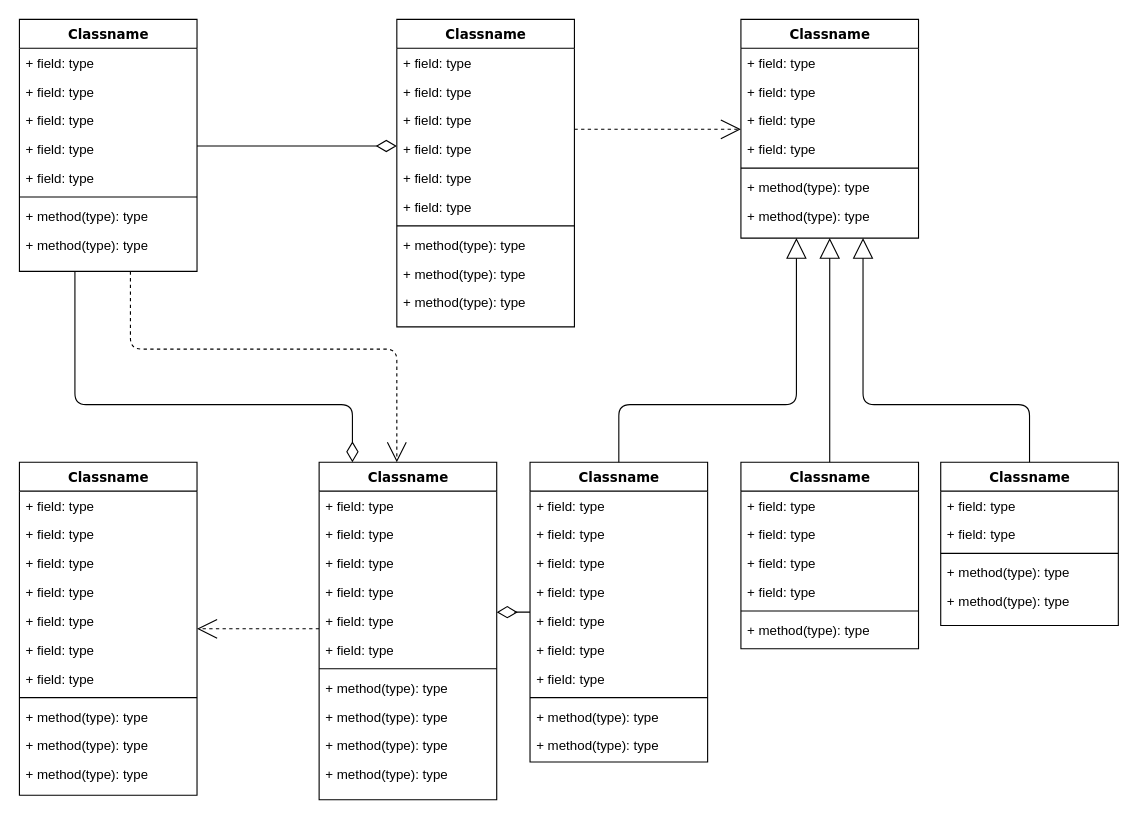
This is POS-提单-挂单-领域模型.drawio from shancoder/test, a draw.io file, before an edit. Source tidied: cells renumbered, new cells numbered last; positions are measured from the earlier drawing's top-left corner, leaving out a move shared by most shapes. Both pictures are drawn from the tidied source at 111%, with x=0, y=0 at pixel (19, 19).
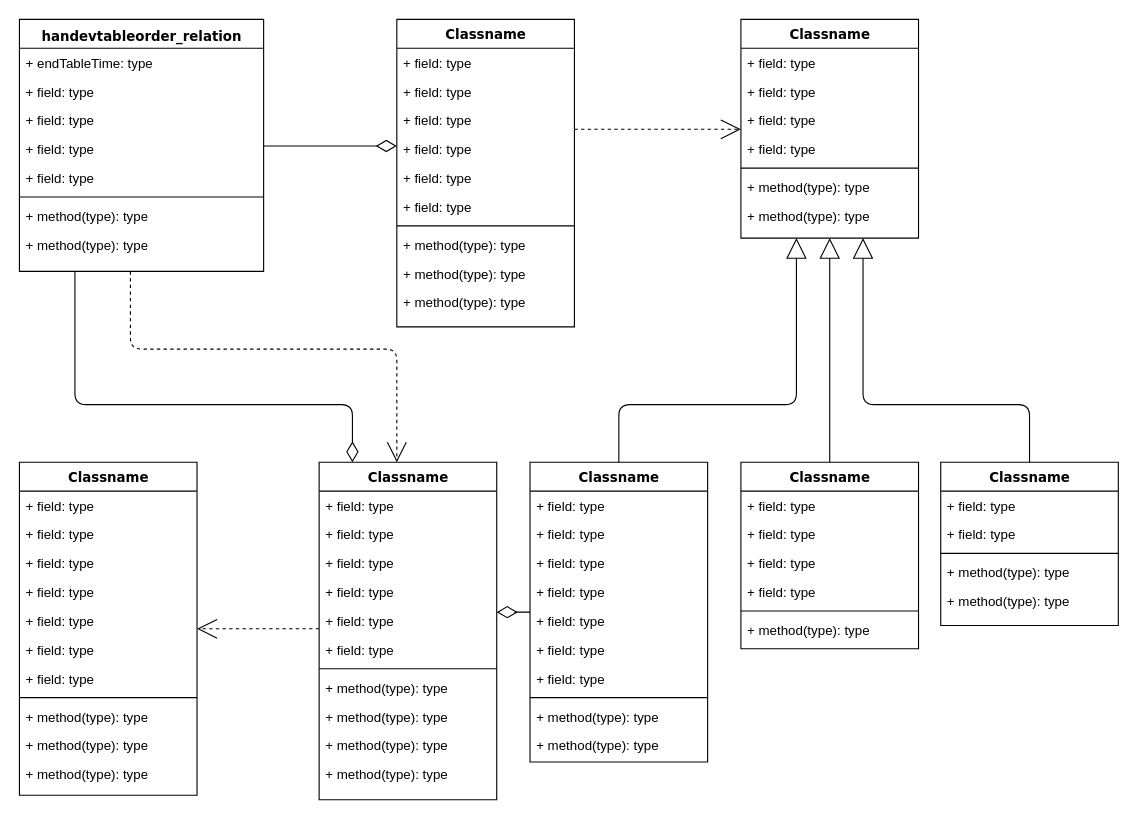
The same diagram, later.

Commit message:
删除，作废了

Change to the diagram source:
```diff
@@
-    <mxCell id="4" value="Classname" style="swimlane;html=1;fontStyle=1;align=center;verticalAlign=top;horizontal=1;startSize=26;swimlaneFillColor=#ffffff;rounded=0;shadow=0;comic=0;labelBackgroundColor=none;strokeWidth=1;fillColor=none;fontFamily=Verdana;fontSize=12;" parent="1" vertex="1">
-      <mxGeometry width="160" height="227" as="geometry" />
+    <mxCell id="4" value="handevtableorder_relation&lt;span style=&quot;font-size: 14px ; font-weight: 400 ; text-align: left ; color: rgb(192 , 192 , 192)&quot;&gt;&lt;/span&gt;" style="swimlane;html=1;fontStyle=1;align=center;verticalAlign=top;horizontal=1;startSize=26;swimlaneFillColor=#ffffff;rounded=0;shadow=0;comic=0;labelBackgroundColor=none;strokeWidth=1;fillColor=none;fontFamily=Verdana;fontSize=12;" parent="1" vertex="1">
+      <mxGeometry width="220" height="227" as="geometry" />
     </mxCell>
-    <mxCell id="5" value="+ field: type" style="text;html=1;strokeColor=none;fillColor=none;align=left;verticalAlign=top;spacingLeft=4;spacingRight=4;whiteSpace=wrap;overflow=hidden;" parent="4" vertex="1">
-      <mxGeometry y="26" width="160" height="26" as="geometry" />
+    <mxCell id="5" value="+ endTableTime&lt;span&gt;: type&lt;/span&gt;" style="text;html=1;strokeColor=none;fillColor=none;align=left;verticalAlign=top;spacingLeft=4;spacingRight=4;whiteSpace=wrap;overflow=hidden;" parent="4" vertex="1">
+      <mxGeometry y="26" width="220" height="26" as="geometry" />
     </mxCell>
     <mxCell id="6" value="+ field: type" style="text;html=1;strokeColor=none;fillColor=none;align=left;verticalAlign=top;spacingLeft=4;spacingRight=4;whiteSpace=wrap;overflow=hidden;" parent="4" vertex="1">
-      <mxGeometry y="52" width="160" height="26" as="geometry" />
+      <mxGeometry y="52" width="220" height="26" as="geometry" />
     </mxCell>
     <mxCell id="7" value="+ field: type" style="text;html=1;strokeColor=none;fillColor=none;align=left;verticalAlign=top;spacingLeft=4;spacingRight=4;whiteSpace=wrap;overflow=hidden;" parent="4" vertex="1">
-      <mxGeometry y="78" width="160" height="26" as="geometry" />
+      <mxGeometry y="78" width="220" height="26" as="geometry" />
     </mxCell>
     <mxCell id="8" value="+ field: type" style="text;html=1;strokeColor=none;fillColor=none;align=left;verticalAlign=top;spacingLeft=4;spacingRight=4;whiteSpace=wrap;overflow=hidden;" parent="4" vertex="1">
-      <mxGeometry y="104" width="160" height="26" as="geometry" />
+      <mxGeometry y="104" width="220" height="26" as="geometry" />
     </mxCell>
     <mxCell id="9" value="+ field: type" style="text;html=1;strokeColor=none;fillColor=none;align=left;verticalAlign=top;spacingLeft=4;spacingRight=4;whiteSpace=wrap;overflow=hidden;" parent="4" vertex="1">
-      <mxGeometry y="130" width="160" height="26" as="geometry" />
+      <mxGeometry y="130" width="220" height="26" as="geometry" />
     </mxCell>
     <mxCell id="10" style="line;html=1;strokeWidth=1;fillColor=none;align=left;verticalAlign=middle;spacingTop=-1;spacingLeft=3;spacingRight=3;labelPosition=right;" parent="4" vertex="1">
-      <mxGeometry y="156" width="160" height="8" as="geometry" />
+      <mxGeometry y="156" width="220" height="8" as="geometry" />
     </mxCell>
     <mxCell id="11" value="+ method(type): type" style="text;html=1;strokeColor=none;fillColor=none;align=left;verticalAlign=top;spacingLeft=4;spacingRight=4;whiteSpace=wrap;overflow=hidden;" parent="4" vertex="1">
-      <mxGeometry y="164" width="160" height="26" as="geometry" />
+      <mxGeometry y="164" width="220" height="26" as="geometry" />
     </mxCell>
     <mxCell id="12" value="+ method(type): type" style="text;html=1;strokeColor=none;fillColor=none;align=left;verticalAlign=top;spacingLeft=4;spacingRight=4;whiteSpace=wrap;overflow=hidden;" parent="4" vertex="1">
-      <mxGeometry y="190" width="160" height="26" as="geometry" />
+      <mxGeometry y="190" width="220" height="26" as="geometry" />
     </mxCell>
```
